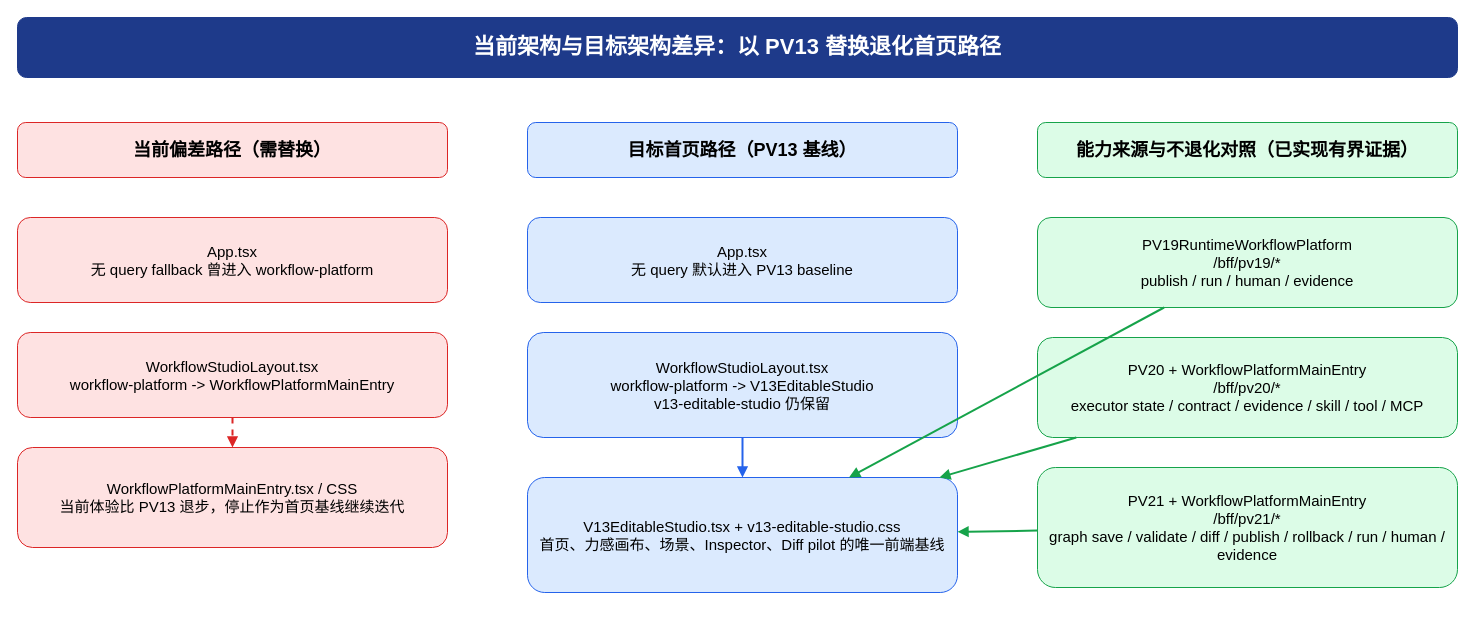
Above: page "当前架构与目标架构差异" (2 of 7) of docs/design/V12-V15.x/workflow_platform_main_entry_gap_analysis.drawio in ljx418/harnessOS (draw.io), before the change. Source tidied: cells renumbered, new cells numbered last; positions are measured from the earlier drawing's top-left corner, leaving out a move shared by most shapes. Both pictures are drawn from the tidied source at 100%, with x=0, y=0 at pixel (17, 17).
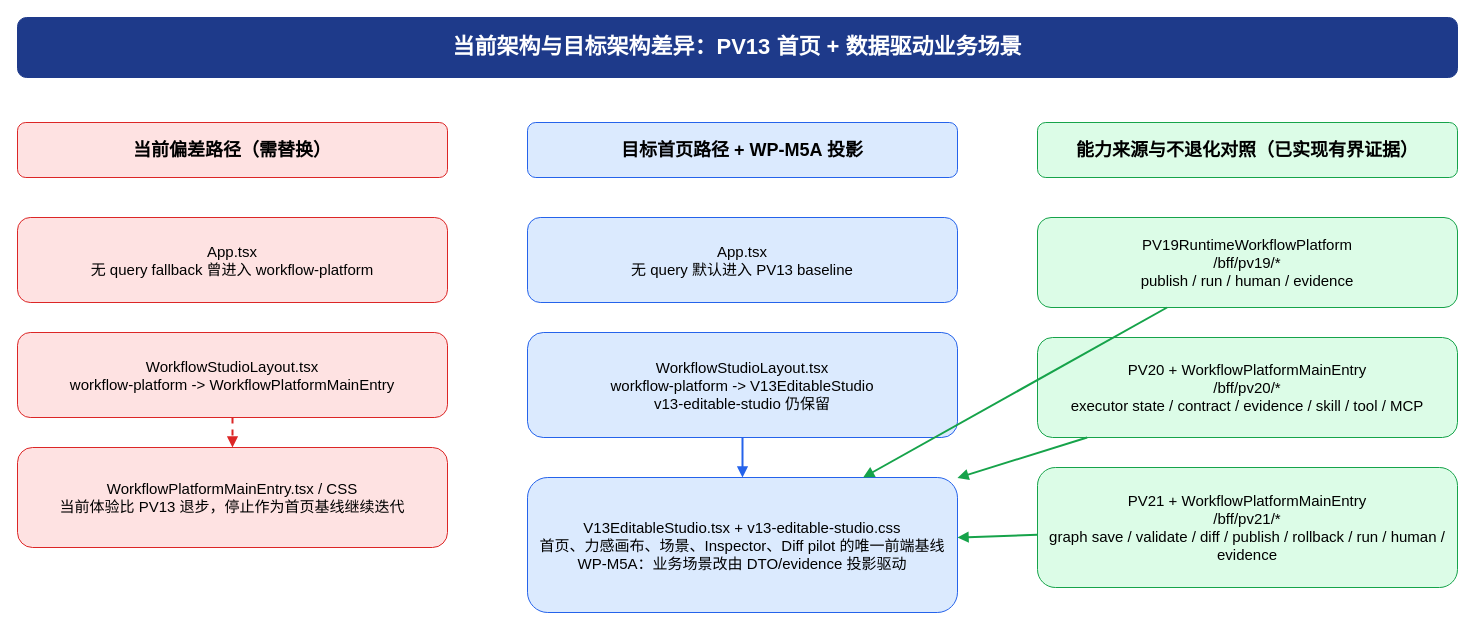
The same page after the edit.

The edit, as a diff of the source:
```diff
@@
 <mxGraphModel>
   <root>
     <mxCell id="0" />
     <mxCell id="1" parent="0" />
-    <mxCell id="2" value="当前架构与目标架构差异：以 PV13 替换退化首页路径" style="rounded=1;whiteSpace=wrap;html=1;fillColor=#1E3A8A;fontColor=#FFFFFF;strokeColor=#1E3A8A;fontSize=22;fontStyle=1;" parent="1" vertex="1">
+    <mxCell id="2" value="当前架构与目标架构差异：PV13 首页 + 数据驱动业务场景" style="rounded=1;whiteSpace=wrap;html=1;fillColor=#1E3A8A;fontColor=#FFFFFF;strokeColor=#1E3A8A;fontSize=22;fontStyle=1;" parent="1" vertex="1">
       <mxGeometry width="1440" height="60" as="geometry" />
     </mxCell>
     <mxCell id="3" value="当前偏差路径（需替换）" style="rounded=1;whiteSpace=wrap;html=1;fillColor=#FEE2E2;strokeColor=#DC2626;fontSize=18;fontStyle=1;" parent="1" vertex="1">
       <mxGeometry y="105" width="430" height="55" as="geometry" />
     </mxCell>
-    <mxCell id="4" value="目标首页路径（PV13 基线）" style="rounded=1;whiteSpace=wrap;html=1;fillColor=#DBEAFE;strokeColor=#2563EB;fontSize=18;fontStyle=1;" parent="1" vertex="1">
+    <mxCell id="4" value="目标首页路径 + WP-M5A 投影" style="rounded=1;whiteSpace=wrap;html=1;fillColor=#DBEAFE;strokeColor=#2563EB;fontSize=18;fontStyle=1;" parent="1" vertex="1">
       <mxGeometry x="510" y="105" width="430" height="55" as="geometry" />
     </mxCell>
     <mxCell id="5" value="能力来源与不退化对照（已实现有界证据）" style="rounded=1;whiteSpace=wrap;html=1;fillColor=#DCFCE7;strokeColor=#16A34A;fontSize=18;fontStyle=1;" parent="1" vertex="1">
       <mxGeometry x="1020" y="105" width="420" height="55" as="geometry" />
     </mxCell>
     <mxCell id="6" value="App.tsx&lt;br&gt;无 query fallback 曾进入 workflow-platform" style="rounded=1;whiteSpace=wrap;html=1;fillColor=#FEE2E2;strokeColor=#DC2626;fontSize=15;" parent="1" vertex="1">
       <mxGeometry y="200" width="430" height="85" as="geometry" />
     </mxCell>
     <mxCell id="7" value="WorkflowStudioLayout.tsx&lt;br&gt;workflow-platform -&gt; WorkflowPlatformMainEntry" style="rounded=1;whiteSpace=wrap;html=1;fillColor=#FEE2E2;strokeColor=#DC2626;fontSize=15;" parent="1" vertex="1">
       <mxGeometry y="315" width="430" height="85" as="geometry" />
     </mxCell>
     <mxCell id="8" value="WorkflowPlatformMainEntry.tsx / CSS&lt;br&gt;当前体验比 PV13 退步，停止作为首页基线继续迭代" style="rounded=1;whiteSpace=wrap;html=1;fillColor=#FEE2E2;strokeColor=#DC2626;fontSize=15;" parent="1" vertex="1">
       <mxGeometry y="430" width="430" height="100" as="geometry" />
     </mxCell>
     <mxCell id="9" value="App.tsx&lt;br&gt;无 query 默认进入 PV13 baseline" style="rounded=1;whiteSpace=wrap;html=1;fillColor=#DBEAFE;strokeColor=#2563EB;fontSize=15;" parent="1" vertex="1">
       <mxGeometry x="510" y="200" width="430" height="85" as="geometry" />
     </mxCell>
     <mxCell id="10" value="WorkflowStudioLayout.tsx&lt;br&gt;workflow-platform -&gt; V13EditableStudio&lt;br&gt;v13-editable-studio 仍保留" style="rounded=1;whiteSpace=wrap;html=1;fillColor=#DBEAFE;strokeColor=#2563EB;fontSize=15;" parent="1" vertex="1">
       <mxGeometry x="510" y="315" width="430" height="105" as="geometry" />
     </mxCell>
-    <mxCell id="11" value="V13EditableStudio.tsx + v13-editable-studio.css&lt;br&gt;首页、力感画布、场景、Inspector、Diff pilot 的唯一前端基线" style="rounded=1;whiteSpace=wrap;html=1;fillColor=#DBEAFE;strokeColor=#2563EB;fontSize=15;" parent="1" vertex="1">
-      <mxGeometry x="510" y="460" width="430" height="115" as="geometry" />
+    <mxCell id="11" value="V13EditableStudio.tsx + v13-editable-studio.css&lt;br&gt;首页、力感画布、场景、Inspector、Diff pilot 的唯一前端基线&lt;br&gt;WP-M5A：业务场景改由 DTO/evidence 投影驱动" style="rounded=1;whiteSpace=wrap;html=1;fillColor=#DBEAFE;strokeColor=#2563EB;fontSize=15;" parent="1" vertex="1">
+      <mxGeometry x="510" y="460" width="430" height="135" as="geometry" />
     </mxCell>
     <mxCell id="12" value="PV19RuntimeWorkflowPlatform&lt;br&gt;/bff/pv19/*&lt;br&gt;publish / run / human / evidence" style="rounded=1;whiteSpace=wrap;html=1;fillColor=#DCFCE7;strokeColor=#16A34A;fontSize=15;" parent="1" vertex="1">
       <mxGeometry x="1020" y="200" width="420" height="90" as="geometry" />
     </mxCell>
     <mxCell id="13" value="PV20 + WorkflowPlatformMainEntry&lt;br&gt;/bff/pv20/*&lt;br&gt;executor state / contract / evidence / skill / tool / MCP" style="rounded=1;whiteSpace=wrap;html=1;fillColor=#DCFCE7;strokeColor=#16A34A;fontSize=15;" parent="1" vertex="1">
       <mxGeometry x="1020" y="320" width="420" height="100" as="geometry" />
     </mxCell>
     <mxCell id="14" value="PV21 + WorkflowPlatformMainEntry&lt;br&gt;/bff/pv21/*&lt;br&gt;graph save / validate / diff / publish / rollback / run / human / evidence" style="rounded=1;whiteSpace=wrap;html=1;fillColor=#DCFCE7;strokeColor=#16A34A;fontSize=15;" parent="1" vertex="1">
       <mxGeometry x="1020" y="450" width="420" height="120" as="geometry" />
     </mxCell>
     <mxCell id="15" style="endArrow=block;html=1;strokeColor=#DC2626;strokeWidth=2;dashed=1;" parent="1" edge="1" source="7" target="8">
       <mxGeometry relative="1" as="geometry" />
     </mxCell>
     <mxCell id="16" style="endArrow=block;html=1;strokeColor=#2563EB;strokeWidth=2;" parent="1" edge="1" source="10" target="11">
       <mxGeometry relative="1" as="geometry" />
     </mxCell>
     <mxCell id="17" style="endArrow=block;html=1;strokeColor=#16A34A;strokeWidth=2;" parent="1" edge="1" source="12" target="11">
       <mxGeometry relative="1" as="geometry" />
     </mxCell>
     <mxCell id="18" style="endArrow=block;html=1;strokeColor=#16A34A;strokeWidth=2;" parent="1" edge="1" source="13" target="11">
       <mxGeometry relative="1" as="geometry" />
     </mxCell>
     <mxCell id="19" style="endArrow=block;html=1;strokeColor=#16A34A;strokeWidth=2;" parent="1" edge="1" source="14" target="11">
       <mxGeometry relative="1" as="geometry" />
     </mxCell>
   </root>
 </mxGraphModel>
```
